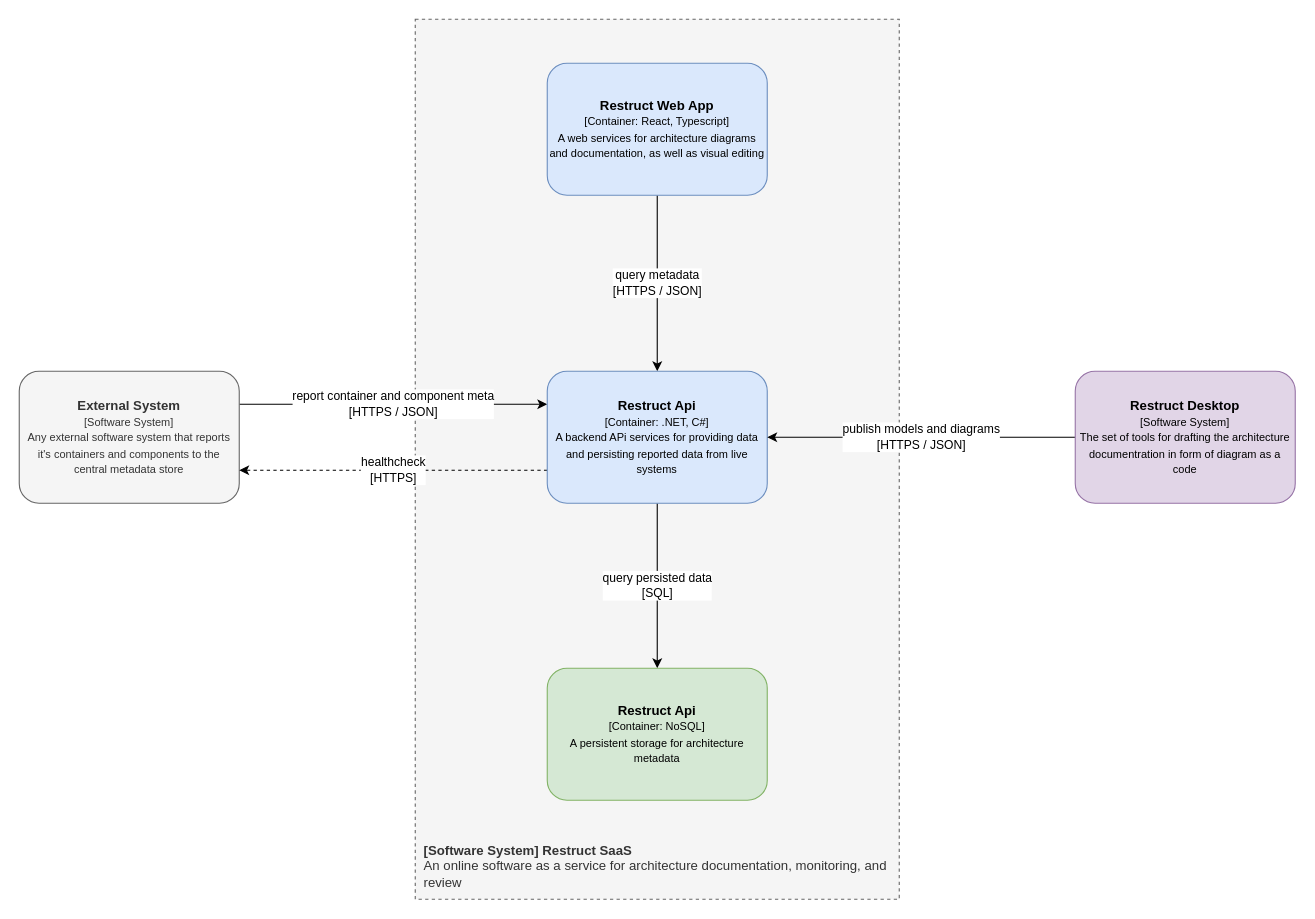
This is page "community.container" (2 of 4) of docs/architecture.drawio from JustMeGaaRa/restruct, a draw.io file, before an edit. Source tidied: cells renumbered, new cells numbered last; positions are measured from the earlier drawing's top-left corner, leaving out a move shared by most shapes. Both pictures are drawn from the tidied source at 110%, with x=0, y=0 at pixel (19, 19).
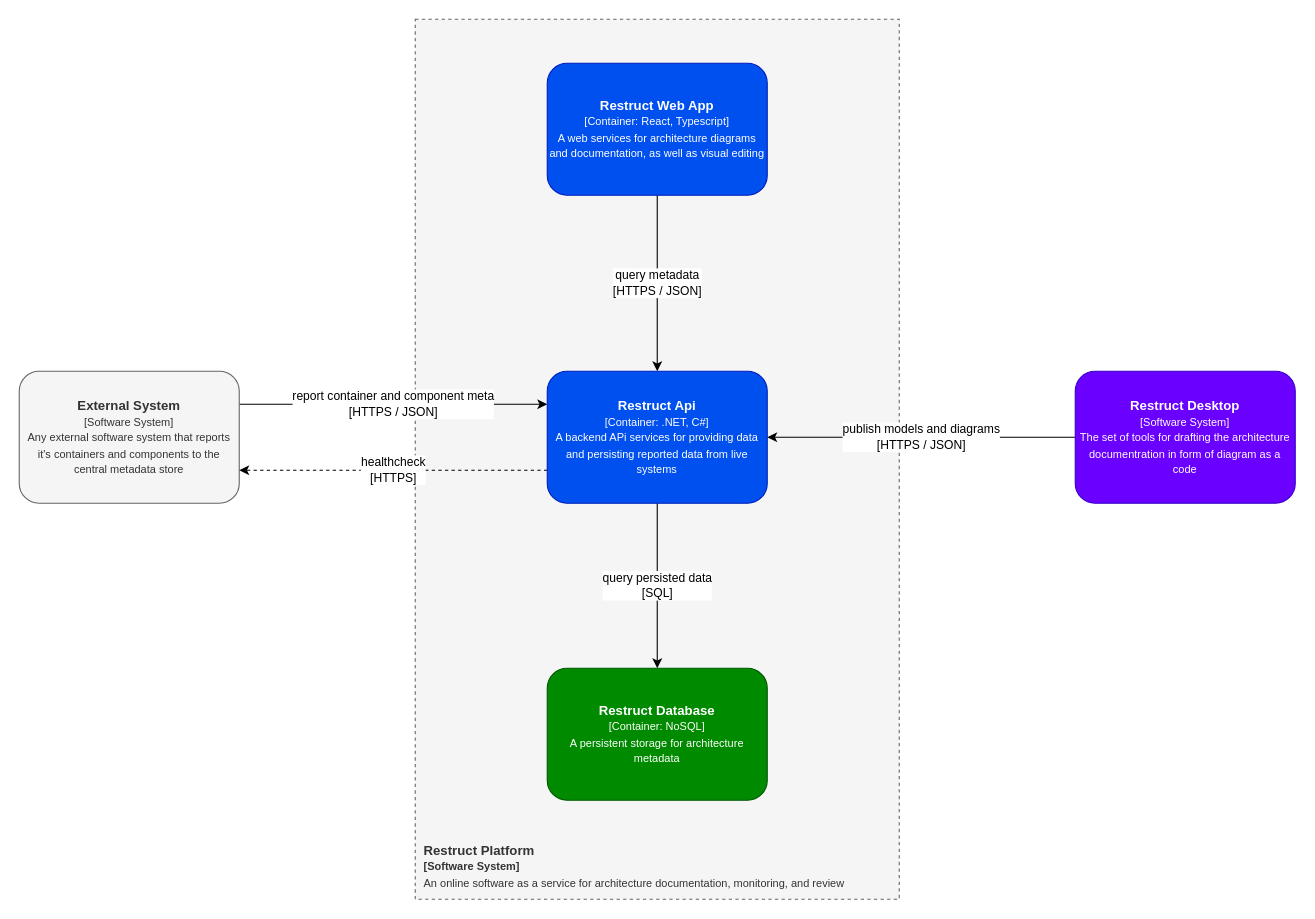
The same page after the edit.

What changed in the source:
```diff
@@
 <mxGraphModel>
   <root>
     <mxCell id="0" />
     <mxCell id="1" parent="0" />
-    <mxCell id="2" value="&lt;b&gt;[Software System] Restruct SaaS&lt;/b&gt;&lt;br&gt;An online software as a service for architecture documentation, monitoring, and review" style="rounded=0;whiteSpace=wrap;html=1;verticalAlign=bottom;align=left;spacing=8;dashed=1;fillColor=#f5f5f5;fontColor=#333333;strokeColor=#666666;" parent="1" vertex="1">
+    <mxCell id="2" value="&lt;b&gt;Restruct Platform&lt;br&gt;&lt;/b&gt;&lt;font style=&quot;font-size: 10px;&quot;&gt;&lt;b style=&quot;&quot;&gt;[Software System]&lt;/b&gt;&lt;br&gt;An online software as a service for architecture documentation, monitoring, and review&lt;/font&gt;" style="rounded=0;whiteSpace=wrap;html=1;verticalAlign=bottom;align=left;spacing=8;dashed=1;fillColor=#f5f5f5;fontColor=#333333;strokeColor=#666666;" parent="1" vertex="1">
       <mxGeometry x="360" width="440" height="800" as="geometry" />
     </mxCell>
     <mxCell id="3" value="report container and component meta&lt;br&gt;[HTTPS / JSON]" style="edgeStyle=orthogonalEdgeStyle;rounded=0;jettySize=auto;html=1;exitX=1;exitY=0.25;exitDx=0;exitDy=0;entryX=0;entryY=0.25;entryDx=0;entryDy=0;" parent="1" edge="1" source="4" target="9">
       <mxGeometry relative="1" as="geometry" />
     </mxCell>
     <mxCell id="4" value="&lt;b&gt;External System&lt;/b&gt;&lt;br&gt;&lt;font style=&quot;font-size: 10px&quot;&gt;[Software System]&lt;br&gt;Any external software system that reports it's containers and components to the central metadata store&lt;br&gt;&lt;/font&gt;" style="rounded=1;whiteSpace=wrap;html=1;align=center;strokeColor=#666666;fillColor=#f5f5f5;comic=0;fontColor=#333333;" parent="1" vertex="1">
       <mxGeometry y="320" width="200" height="120" as="geometry" />
     </mxCell>
     <mxCell id="5" value="query metadata&lt;br&gt;[HTTPS / JSON]" style="edgeStyle=orthogonalEdgeStyle;rounded=0;jettySize=auto;html=1;" parent="1" edge="1" source="6" target="9">
       <mxGeometry relative="1" as="geometry" />
     </mxCell>
-    <mxCell id="6" value="&lt;b&gt;Restruct Web App&lt;/b&gt;&lt;br&gt;&lt;font style=&quot;font-size: 10px&quot;&gt;[Container: React, Typescript]&lt;br&gt;A web services for architecture diagrams and documentation, as well as visual editing&lt;br&gt;&lt;/font&gt;" style="rounded=1;whiteSpace=wrap;html=1;align=center;strokeColor=#6c8ebf;fillColor=#dae8fc;comic=0;" parent="1" vertex="1">
+    <mxCell id="6" value="&lt;b&gt;Restruct Web App&lt;/b&gt;&lt;br&gt;&lt;font style=&quot;font-size: 10px&quot;&gt;[Container: React, Typescript]&lt;br&gt;A web services for architecture diagrams and documentation, as well as visual editing&lt;br&gt;&lt;/font&gt;" style="rounded=1;whiteSpace=wrap;html=1;align=center;strokeColor=#001DBC;fillColor=#0050ef;comic=0;fontColor=#ffffff;" parent="1" vertex="1">
       <mxGeometry x="480" y="40" width="200" height="120" as="geometry" />
     </mxCell>
     <mxCell id="7" value="query persisted data&lt;br&gt;[SQL]" style="edgeStyle=orthogonalEdgeStyle;rounded=0;jettySize=auto;html=1;" parent="1" edge="1" source="9" target="10">
       <mxGeometry relative="1" as="geometry" />
     </mxCell>
     <mxCell id="8" value="healthcheck&lt;br&gt;[HTTPS]" style="edgeStyle=orthogonalEdgeStyle;rounded=0;jettySize=auto;html=1;entryX=1;entryY=0.75;entryDx=0;entryDy=0;exitX=0;exitY=0.75;exitDx=0;exitDy=0;dashed=1;" parent="1" edge="1" source="9" target="4">
       <mxGeometry relative="1" as="geometry" />
     </mxCell>
-    <mxCell id="9" value="&lt;b&gt;Restruct Api&lt;/b&gt;&lt;br&gt;&lt;font style=&quot;font-size: 10px&quot;&gt;[Container: .NET, C#]&lt;br&gt;A backend APi services for providing data and persisting reported data from live systems&lt;br&gt;&lt;/font&gt;" style="rounded=1;whiteSpace=wrap;html=1;align=center;strokeColor=#6c8ebf;fillColor=#dae8fc;comic=0;" parent="1" vertex="1">
+    <mxCell id="9" value="&lt;b&gt;Restruct Api&lt;/b&gt;&lt;br&gt;&lt;font style=&quot;font-size: 10px&quot;&gt;[Container: .NET, C#]&lt;br&gt;A backend APi services for providing data and persisting reported data from live systems&lt;br&gt;&lt;/font&gt;" style="rounded=1;whiteSpace=wrap;html=1;align=center;strokeColor=#001DBC;fillColor=#0050ef;comic=0;fontColor=#ffffff;" parent="1" vertex="1">
       <mxGeometry x="480" y="320" width="200" height="120" as="geometry" />
     </mxCell>
-    <mxCell id="10" value="&lt;b&gt;Restruct Api&lt;/b&gt;&lt;br&gt;&lt;font style=&quot;font-size: 10px&quot;&gt;[Container: NoSQL]&lt;br&gt;A persistent storage for architecture metadata&lt;br&gt;&lt;/font&gt;" style="rounded=1;whiteSpace=wrap;html=1;align=center;strokeColor=#82b366;fillColor=#d5e8d4;comic=0;" parent="1" vertex="1">
+    <mxCell id="10" value="&lt;b&gt;Restruct Database&lt;/b&gt;&lt;br&gt;&lt;font style=&quot;font-size: 10px&quot;&gt;[Container: NoSQL]&lt;br&gt;A persistent storage for architecture metadata&lt;br&gt;&lt;/font&gt;" style="rounded=1;whiteSpace=wrap;html=1;align=center;strokeColor=#005700;fillColor=#008a00;comic=0;fontColor=#ffffff;" parent="1" vertex="1">
       <mxGeometry x="480" y="590" width="200" height="120" as="geometry" />
     </mxCell>
     <mxCell id="11" value="publish models and diagrams&lt;br&gt;[HTTPS / JSON]" style="edgeStyle=orthogonalEdgeStyle;rounded=0;jettySize=auto;html=1;entryX=1;entryY=0.5;entryDx=0;entryDy=0;" parent="1" edge="1" source="12" target="9">
       <mxGeometry relative="1" as="geometry" />
     </mxCell>
-    <mxCell id="12" value="&lt;b&gt;Restruct Desktop&lt;/b&gt;&lt;br&gt;&lt;font style=&quot;font-size: 10px&quot;&gt;[Software System]&lt;br&gt;The set of tools for drafting the architecture documentration in form of diagram as a code&lt;br&gt;&lt;/font&gt;" style="rounded=1;whiteSpace=wrap;html=1;align=center;strokeColor=#9673a6;fillColor=#e1d5e7;comic=0;" parent="1" vertex="1">
+    <mxCell id="12" value="&lt;b&gt;Restruct Desktop&lt;/b&gt;&lt;br&gt;&lt;font style=&quot;font-size: 10px&quot;&gt;[Software System]&lt;br&gt;The set of tools for drafting the architecture documentration in form of diagram as a code&lt;br&gt;&lt;/font&gt;" style="rounded=1;whiteSpace=wrap;html=1;align=center;strokeColor=#3700CC;fillColor=#6a00ff;comic=0;fontColor=#ffffff;" parent="1" vertex="1">
       <mxGeometry x="960" y="320" width="200" height="120" as="geometry" />
     </mxCell>
   </root>
 </mxGraphModel>
```
